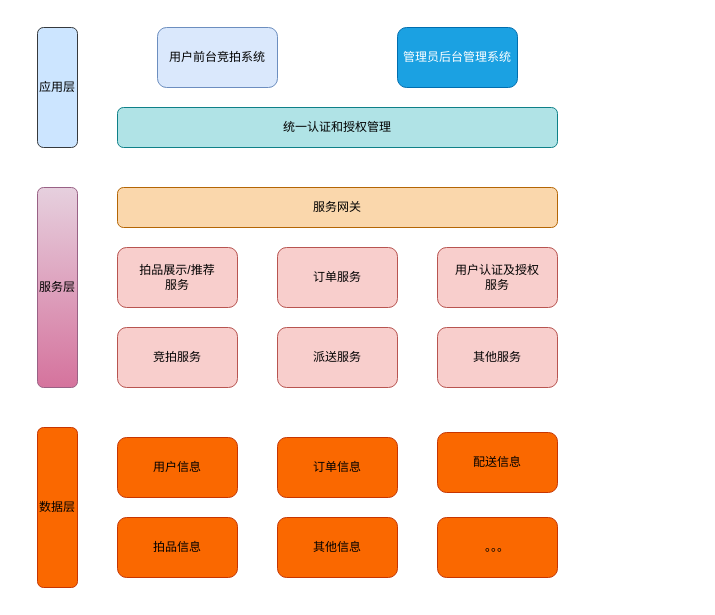
The draw.io diagram Untitled Diagram.drawio in xiaowei0312/darwio, before the edit. Source tidied: cells renumbered, new cells numbered last; positions are measured from the earlier drawing's top-left corner, leaving out a move shared by most shapes. Both pictures are drawn from the tidied source at 100%, with x=0, y=0 at pixel (37, 27).
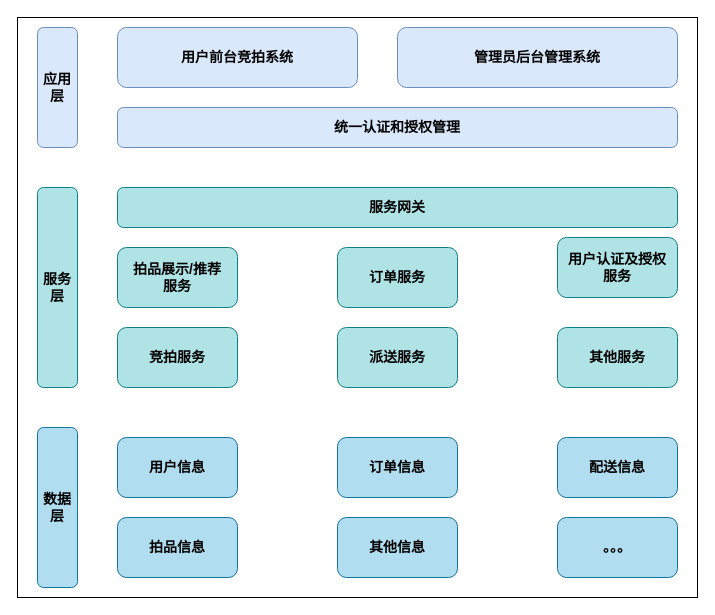
After the change.

Change to the diagram source:
```diff
@@
+    <mxCell id="21" style="rounded=0;whiteSpace=wrap;html=1;sketch=0;fontSize=14;" parent="1" vertex="1">
+      <mxGeometry x="-20" y="-10" width="680" height="580" as="geometry" />
+    </mxCell>
-    <mxCell id="2" value="应用层" style="rounded=1;whiteSpace=wrap;html=1;fillColor=#cce5ff;strokeColor=#36393d;rotation=0;glass=0;sketch=0;shadow=0;" parent="1" vertex="1">
+    <mxCell id="2" value="应用层" style="rounded=1;whiteSpace=wrap;html=1;rotation=0;glass=0;sketch=0;shadow=0;fillColor=#dae8fc;strokeColor=#6c8ebf;fontStyle=1;fontSize=14;" parent="1" vertex="1">
       <mxGeometry width="40" height="120" as="geometry" />
     </mxCell>
-    <mxCell id="3" value="服务层" style="rounded=1;whiteSpace=wrap;html=1;fillColor=#e6d0de;strokeColor=#996185;gradientColor=#d5739d;rotation=0;glass=0;sketch=0;shadow=0;" parent="1" vertex="1">
+    <mxCell id="3" value="服务层" style="rounded=1;whiteSpace=wrap;html=1;rotation=0;glass=0;sketch=0;shadow=0;fillColor=#b0e3e6;strokeColor=#0e8088;fontStyle=1;fontSize=14;" parent="1" vertex="1">
       <mxGeometry y="160" width="40" height="200" as="geometry" />
     </mxCell>
-    <mxCell id="4" value="数据层" style="rounded=1;whiteSpace=wrap;html=1;fillColor=#fa6800;fontColor=#000000;strokeColor=#C73500;rotation=0;glass=0;sketch=0;shadow=0;" parent="1" vertex="1">
+    <mxCell id="4" value="数据层" style="rounded=1;whiteSpace=wrap;html=1;rotation=0;glass=0;sketch=0;shadow=0;fillColor=#b1ddf0;strokeColor=#10739e;fontStyle=1;fontSize=14;" parent="1" vertex="1">
       <mxGeometry y="400" width="40" height="160" as="geometry" />
     </mxCell>
-    <mxCell id="5" value="用户前台竞拍系统" style="rounded=1;whiteSpace=wrap;html=1;fillColor=#dae8fc;strokeColor=#6c8ebf;rotation=0;glass=0;sketch=0;shadow=0;" parent="1" vertex="1">
-      <mxGeometry x="120" width="120" height="60" as="geometry" />
+    <mxCell id="5" value="用户前台竞拍系统" style="rounded=1;whiteSpace=wrap;html=1;rotation=0;glass=0;sketch=0;shadow=0;fillColor=#dae8fc;strokeColor=#6c8ebf;fontStyle=1;fontSize=14;" parent="1" vertex="1">
+      <mxGeometry x="80" width="240" height="60" as="geometry" />
     </mxCell>
-    <mxCell id="6" value="管理员后台管理系统" style="rounded=1;whiteSpace=wrap;html=1;fillColor=#1ba1e2;strokeColor=#006EAF;fontColor=#ffffff;rotation=0;glass=0;sketch=0;shadow=0;" parent="1" vertex="1">
-      <mxGeometry x="360" width="120" height="60" as="geometry" />
+    <mxCell id="6" value="管理员后台管理系统" style="rounded=1;whiteSpace=wrap;html=1;rotation=0;glass=0;sketch=0;shadow=0;fillColor=#dae8fc;strokeColor=#6c8ebf;fontStyle=1;fontSize=14;" parent="1" vertex="1">
+      <mxGeometry x="360" width="280" height="60" as="geometry" />
     </mxCell>
-    <mxCell id="7" value="订单服务" style="rounded=1;whiteSpace=wrap;html=1;fillColor=#f8cecc;strokeColor=#b85450;rotation=0;glass=0;sketch=0;shadow=0;" parent="1" vertex="1">
-      <mxGeometry x="240" y="220" width="120" height="60" as="geometry" />
+    <mxCell id="7" value="订单服务" style="rounded=1;whiteSpace=wrap;html=1;rotation=0;glass=0;sketch=0;shadow=0;fillColor=#b0e3e6;strokeColor=#0e8088;fontStyle=1;fontSize=14;" parent="1" vertex="1">
+      <mxGeometry x="300" y="220" width="120" height="60" as="geometry" />
     </mxCell>
-    <mxCell id="8" value="派送服务" style="rounded=1;whiteSpace=wrap;html=1;fillColor=#f8cecc;strokeColor=#b85450;rotation=0;glass=0;sketch=0;shadow=0;" parent="1" vertex="1">
-      <mxGeometry x="240" y="300" width="120" height="60" as="geometry" />
+    <mxCell id="8" value="派送服务" style="rounded=1;whiteSpace=wrap;html=1;rotation=0;glass=0;sketch=0;shadow=0;fillColor=#b0e3e6;strokeColor=#0e8088;fontStyle=1;fontSize=14;" parent="1" vertex="1">
+      <mxGeometry x="300" y="300" width="120" height="60" as="geometry" />
     </mxCell>
-    <mxCell id="9" value="拍品信息" style="rounded=1;whiteSpace=wrap;html=1;fillColor=#fa6800;fontColor=#000000;strokeColor=#C73500;rotation=0;glass=0;sketch=0;shadow=0;" parent="1" vertex="1">
+    <mxCell id="9" value="拍品信息" style="rounded=1;whiteSpace=wrap;html=1;rotation=0;glass=0;sketch=0;shadow=0;fillColor=#b1ddf0;strokeColor=#10739e;fontStyle=1;fontSize=14;" parent="1" vertex="1">
       <mxGeometry x="80" y="490" width="120" height="60" as="geometry" />
     </mxCell>
-    <mxCell id="10" value="订单信息" style="rounded=1;whiteSpace=wrap;html=1;fillColor=#fa6800;fontColor=#000000;strokeColor=#C73500;rotation=0;glass=0;sketch=0;shadow=0;" parent="1" vertex="1">
-      <mxGeometry x="240" y="410" width="120" height="60" as="geometry" />
+    <mxCell id="10" value="订单信息" style="rounded=1;whiteSpace=wrap;html=1;rotation=0;glass=0;sketch=0;shadow=0;fillColor=#b1ddf0;strokeColor=#10739e;fontStyle=1;fontSize=14;" parent="1" vertex="1">
+      <mxGeometry x="300" y="410" width="120" height="60" as="geometry" />
     </mxCell>
-    <mxCell id="11" value="配送信息" style="rounded=1;whiteSpace=wrap;html=1;fillColor=#fa6800;fontColor=#000000;strokeColor=#C73500;rotation=0;glass=0;sketch=0;shadow=0;" parent="1" vertex="1">
-      <mxGeometry x="400" y="405" width="120" height="60" as="geometry" />
+    <mxCell id="11" value="配送信息" style="rounded=1;whiteSpace=wrap;html=1;rotation=0;glass=0;sketch=0;shadow=0;fillColor=#b1ddf0;strokeColor=#10739e;fontStyle=1;fontSize=14;" parent="1" vertex="1">
+      <mxGeometry x="520" y="410" width="120" height="60" as="geometry" />
     </mxCell>
-    <mxCell id="12" value="服务网关" style="rounded=1;whiteSpace=wrap;html=1;fillColor=#fad7ac;strokeColor=#b46504;rotation=0;glass=0;sketch=0;shadow=0;" parent="1" vertex="1">
-      <mxGeometry x="80" y="160" width="440" height="40" as="geometry" />
+    <mxCell id="12" value="服务网关" style="rounded=1;whiteSpace=wrap;html=1;rotation=0;glass=0;sketch=0;shadow=0;fillColor=#b0e3e6;strokeColor=#0e8088;fontStyle=1;fontSize=14;" parent="1" vertex="1">
+      <mxGeometry x="80" y="160" width="560" height="40" as="geometry" />
     </mxCell>
-    <mxCell id="13" value="统一认证和授权管理" style="rounded=1;whiteSpace=wrap;html=1;fillColor=#b0e3e6;strokeColor=#0e8088;rotation=0;glass=0;sketch=0;shadow=0;" parent="1" vertex="1">
-      <mxGeometry x="80" y="80" width="440" height="40" as="geometry" />
+    <mxCell id="13" value="统一认证和授权管理" style="rounded=1;whiteSpace=wrap;html=1;rotation=0;glass=0;sketch=0;shadow=0;fillColor=#dae8fc;strokeColor=#6c8ebf;fontStyle=1;fontSize=14;" parent="1" vertex="1">
+      <mxGeometry x="80" y="80" width="560" height="40" as="geometry" />
     </mxCell>
-    <mxCell id="14" value="拍品展示/推荐&lt;br&gt;服务" style="rounded=1;whiteSpace=wrap;html=1;fillColor=#f8cecc;strokeColor=#b85450;rotation=0;glass=0;sketch=0;shadow=0;" parent="1" vertex="1">
+    <mxCell id="14" value="拍品展示/推荐&lt;br style=&quot;font-size: 14px;&quot;&gt;服务" style="rounded=1;whiteSpace=wrap;html=1;rotation=0;glass=0;sketch=0;shadow=0;fillColor=#b0e3e6;strokeColor=#0e8088;fontStyle=1;fontSize=14;" parent="1" vertex="1">
       <mxGeometry x="80" y="220" width="120" height="60" as="geometry" />
     </mxCell>
-    <mxCell id="15" value="竞拍服务" style="rounded=1;whiteSpace=wrap;html=1;fillColor=#f8cecc;strokeColor=#b85450;rotation=0;glass=0;sketch=0;shadow=0;" parent="1" vertex="1">
+    <mxCell id="15" value="竞拍服务" style="rounded=1;whiteSpace=wrap;html=1;rotation=0;glass=0;sketch=0;shadow=0;fillColor=#b0e3e6;strokeColor=#0e8088;fontStyle=1;fontSize=14;" parent="1" vertex="1">
       <mxGeometry x="80" y="300" width="120" height="60" as="geometry" />
     </mxCell>
-    <mxCell id="16" value="用户认证及授权&lt;br&gt;服务" style="rounded=1;whiteSpace=wrap;html=1;fillColor=#f8cecc;strokeColor=#b85450;rotation=0;glass=0;sketch=0;shadow=0;" parent="1" vertex="1">
-      <mxGeometry x="400" y="220" width="120" height="60" as="geometry" />
+    <mxCell id="16" value="用户认证及授权&lt;br style=&quot;font-size: 14px;&quot;&gt;服务" style="rounded=1;whiteSpace=wrap;html=1;rotation=0;glass=0;sketch=0;shadow=0;fillColor=#b0e3e6;strokeColor=#0e8088;fontStyle=1;fontSize=14;" parent="1" vertex="1">
+      <mxGeometry x="520" y="210" width="120" height="60" as="geometry" />
     </mxCell>
-    <mxCell id="17" value="用户信息" style="rounded=1;whiteSpace=wrap;html=1;fillColor=#fa6800;fontColor=#000000;strokeColor=#C73500;rotation=0;glass=0;sketch=0;shadow=0;" parent="1" vertex="1">
+    <mxCell id="17" value="用户信息" style="rounded=1;whiteSpace=wrap;html=1;rotation=0;glass=0;sketch=0;shadow=0;fillColor=#b1ddf0;strokeColor=#10739e;fontStyle=1;fontSize=14;" parent="1" vertex="1">
       <mxGeometry x="80" y="410" width="120" height="60" as="geometry" />
     </mxCell>
-    <mxCell id="18" value="其他服务" style="rounded=1;whiteSpace=wrap;html=1;fillColor=#f8cecc;strokeColor=#b85450;rotation=0;glass=0;sketch=0;shadow=0;" parent="1" vertex="1">
-      <mxGeometry x="400" y="300" width="120" height="60" as="geometry" />
+    <mxCell id="18" value="其他服务" style="rounded=1;whiteSpace=wrap;html=1;rotation=0;glass=0;sketch=0;shadow=0;fillColor=#b0e3e6;strokeColor=#0e8088;fontStyle=1;fontSize=14;" parent="1" vertex="1">
+      <mxGeometry x="520" y="300" width="120" height="60" as="geometry" />
     </mxCell>
-    <mxCell id="19" value="其他信息" style="rounded=1;whiteSpace=wrap;html=1;fillColor=#fa6800;fontColor=#000000;strokeColor=#C73500;rotation=0;glass=0;sketch=0;shadow=0;" parent="1" vertex="1">
-      <mxGeometry x="240" y="490" width="120" height="60" as="geometry" />
+    <mxCell id="19" value="其他信息" style="rounded=1;whiteSpace=wrap;html=1;rotation=0;glass=0;sketch=0;shadow=0;fillColor=#b1ddf0;strokeColor=#10739e;fontStyle=1;fontSize=14;" parent="1" vertex="1">
+      <mxGeometry x="300" y="490" width="120" height="60" as="geometry" />
     </mxCell>
-    <mxCell id="20" value="。。。" style="rounded=1;whiteSpace=wrap;html=1;fillColor=#fa6800;fontColor=#000000;strokeColor=#C73500;rotation=0;glass=0;sketch=0;shadow=0;" parent="1" vertex="1">
-      <mxGeometry x="400" y="490" width="120" height="60" as="geometry" />
+    <mxCell id="20" value="。。。" style="rounded=1;whiteSpace=wrap;html=1;rotation=0;glass=0;sketch=0;shadow=0;fillColor=#b1ddf0;strokeColor=#10739e;fontStyle=1;fontSize=14;" parent="1" vertex="1">
+      <mxGeometry x="520" y="490" width="120" height="60" as="geometry" />
     </mxCell>
```
